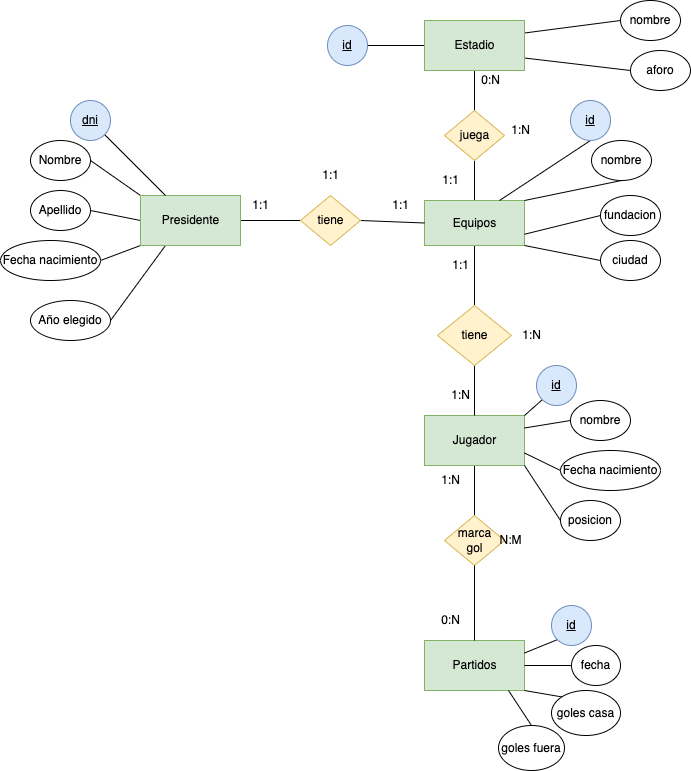
The draw.io diagram tareas/tarea-4/images/ejercicio.drawio.png in deylansystem/actividadesBAE, before a commit. Source tidied: cells renumbered, new cells last; positions are measured from the earlier drawing's top-left corner, leaving out a move shared by most shapes.
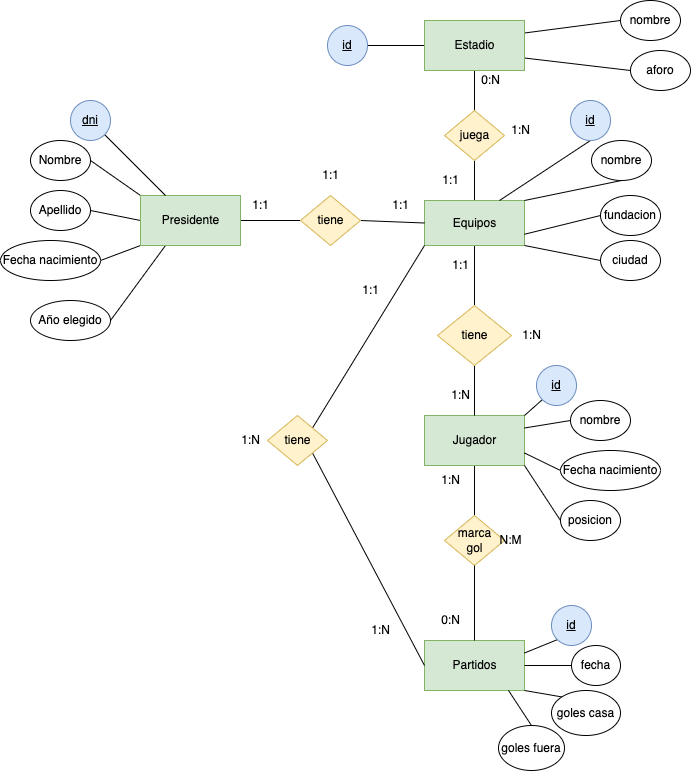
The same diagram one commit later.

Commit message:
se crea tarea

Change to the diagram source:
```diff
@@ -209,5 +209,23 @@
     <mxCell id="70" value="N:M" style="text;html=1;align=center;verticalAlign=middle;strokeColor=none;fillColor=none;" parent="1" vertex="1">
       <mxGeometry x="485" y="525" width="50" height="30" as="geometry" />
     </mxCell>
+    <mxCell id="71" style="edgeStyle=none;html=1;exitX=1;exitY=1;exitDx=0;exitDy=0;entryX=0;entryY=0.5;entryDx=0;entryDy=0;endArrow=none;endFill=0;" parent="1" edge="1" source="73" target="24">
+      <mxGeometry relative="1" as="geometry" />
+    </mxCell>
+    <mxCell id="72" style="edgeStyle=none;html=1;exitX=1;exitY=0;exitDx=0;exitDy=0;entryX=0;entryY=1;entryDx=0;entryDy=0;endArrow=none;endFill=0;" parent="1" edge="1" source="73" target="4">
+      <mxGeometry relative="1" as="geometry" />
+    </mxCell>
+    <mxCell id="73" value="tiene" style="shape=rhombus;html=1;dashed=0;whitespace=wrap;perimeter=rhombusPerimeter;fillColor=#fff2cc;strokeColor=#d6b656;" parent="1" vertex="1">
+      <mxGeometry x="267" y="415" width="60" height="50" as="geometry" />
+    </mxCell>
+    <mxCell id="74" value="1:1" style="text;html=1;align=center;verticalAlign=middle;strokeColor=none;fillColor=none;" parent="1" vertex="1">
+      <mxGeometry x="350" y="275" width="40" height="30" as="geometry" />
+    </mxCell>
+    <mxCell id="75" value="1:N" style="text;html=1;align=center;verticalAlign=middle;strokeColor=none;fillColor=none;" parent="1" vertex="1">
+      <mxGeometry x="360" y="615" width="40" height="30" as="geometry" />
+    </mxCell>
+    <mxCell id="76" value="1:N" style="text;html=1;align=center;verticalAlign=middle;strokeColor=none;fillColor=none;" parent="1" vertex="1">
+      <mxGeometry x="230" y="425" width="40" height="30" as="geometry" />
+    </mxCell>
   </root>
 </mxGraphModel>
```
